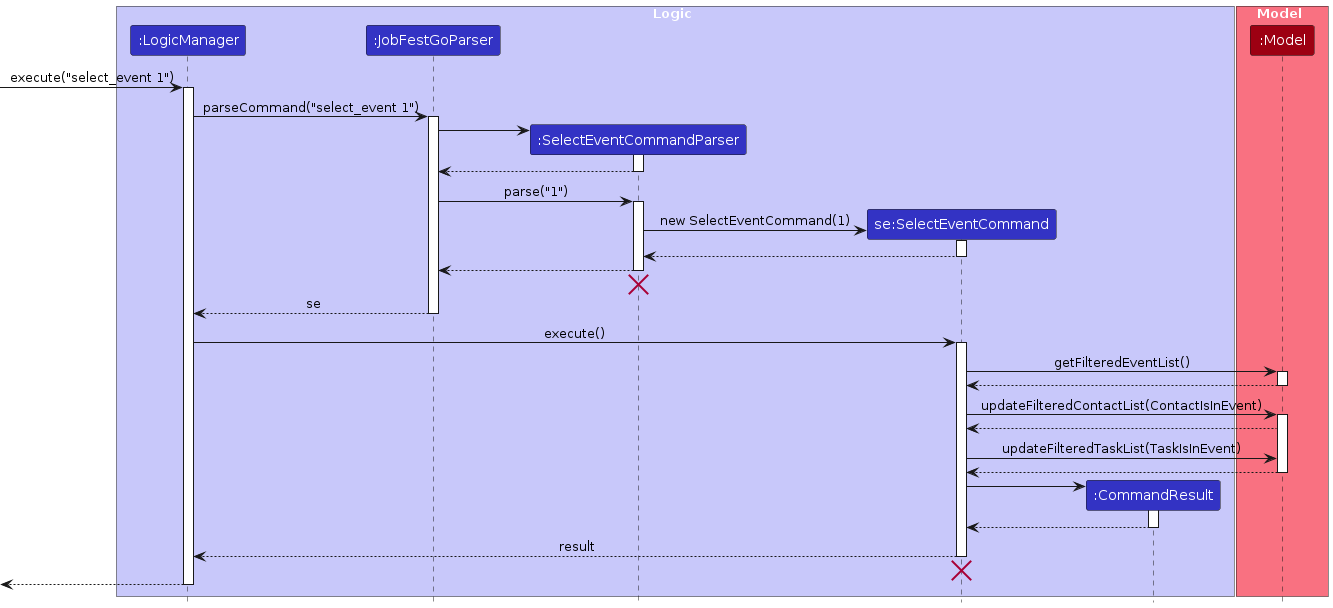
Before: diagrams/SelectEventSequenceDiagram.png, a diagram exported from PlantUML (AY2324S1-CS2103T-T09-1/tp). Its source is kept beside it as diagrams/SelectEventSequenceDiagram.puml.
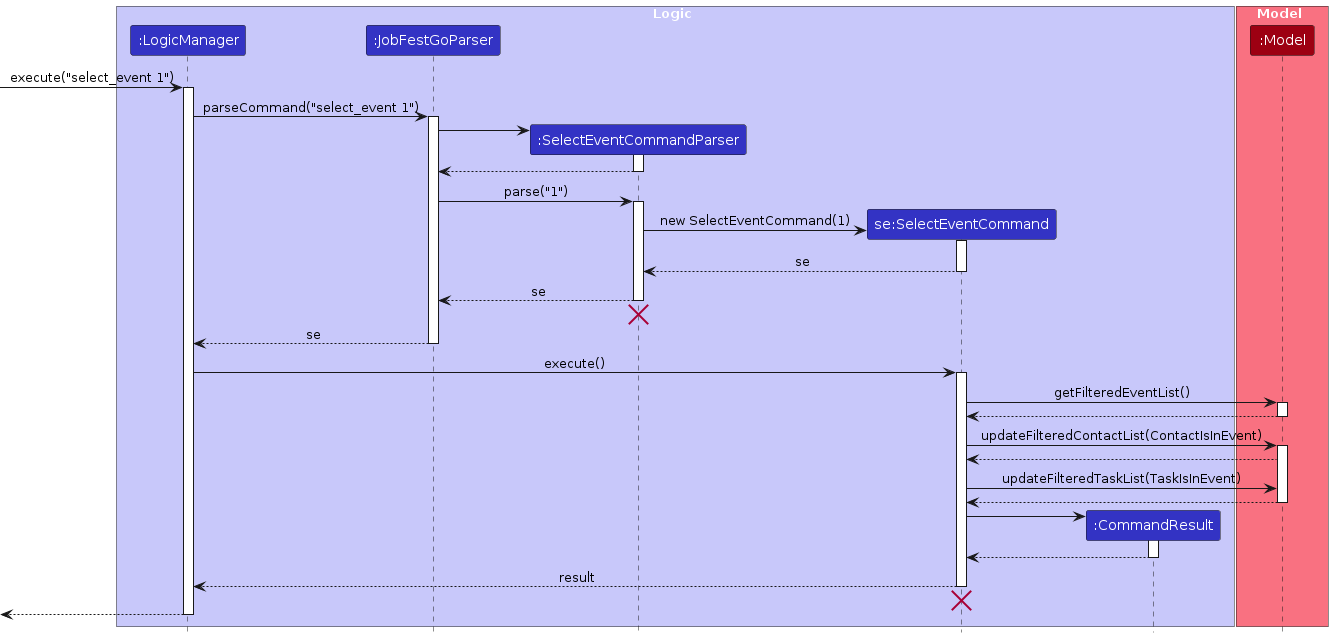
Above is the later version.

The edit, as a diff of the source:
```diff
@@ -33,10 +33,10 @@
 SelectEventCommandParser -> SelectEventCommand : new SelectEventCommand(1)
 activate SelectEventCommand
 
-SelectEventCommand --> SelectEventCommandParser
+SelectEventCommand --> SelectEventCommandParser : se
 deactivate SelectEventCommand
 
-SelectEventCommandParser --> JobFestGoParser
+SelectEventCommandParser --> JobFestGoParser : se
 deactivate SelectEventCommandParser
 SelectEventCommandParser -[hidden]-> JobFestGoParser
 destroy SelectEventCommandParser
```
